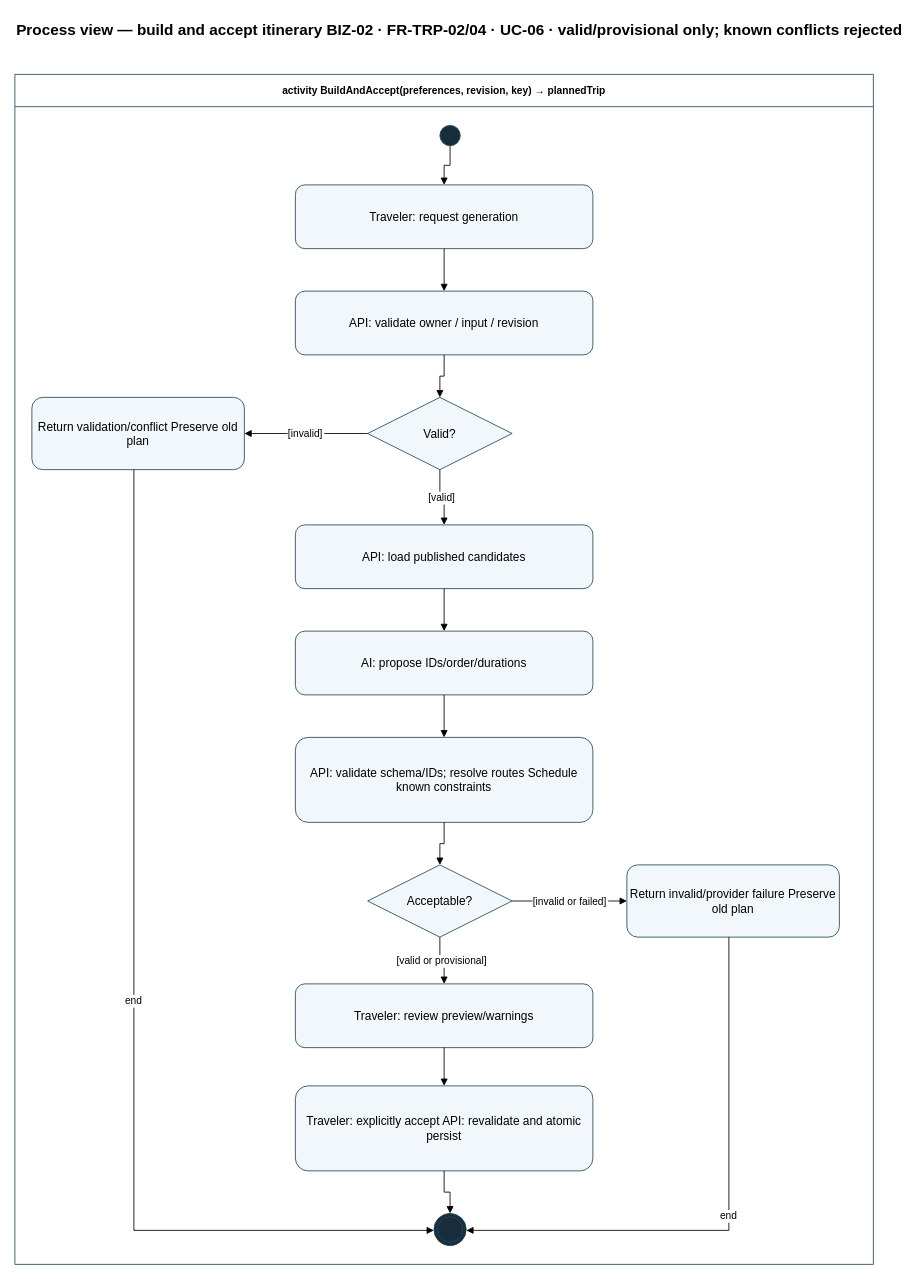
Above: docs/diagrams/process-view.drawio in lnt-h/fyp_dana (draw.io), before the change. Source tidied: cells renumbered, new cells numbered last; positions are measured from the earlier drawing's top-left corner, leaving out a move shared by most shapes. Both pictures are drawn from the tidied source at 85%, with x=0, y=0 at pixel (14, 14).
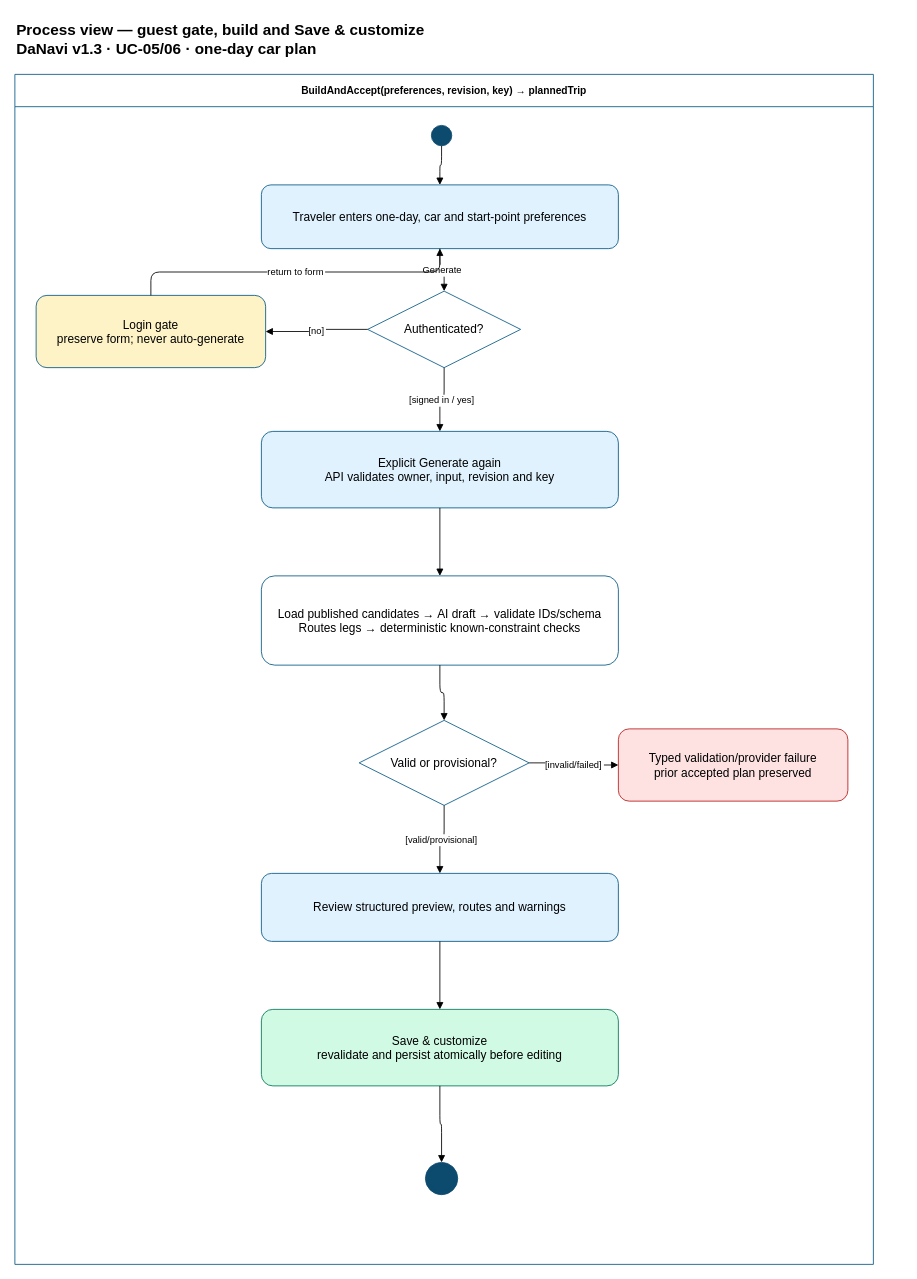
The same page after the edit.

The edit, as a diff of the source:
```diff
@@
-    <mxCell id="2" value="Process view — build and accept itinerary BIZ-02 · FR-TRP-02/04 · UC-06 · valid/provisional only; known conflicts rejected" style="text;html=0;align=left;fontSize=18;fontStyle=1;" parent="1" vertex="1">
+    <mxCell id="2" value="Process view — guest gate, build and Save &amp; customize&#10;DaNavi v1.3 · UC-05/06 · one-day car plan" style="text;html=0;align=left;fontSize=18;fontStyle=1;" parent="1" vertex="1">
       <mxGeometry width="1020" height="65" as="geometry" />
     </mxCell>
-    <mxCell id="3" value="activity BuildAndAccept(preferences, revision, key) → plannedTrip" style="html=0;whiteSpace=wrap;fontSize=14;strokeColor=#27485b;fillColor=#f1f7fa;swimlane;startSize=38;fillColor=#ffffff;" parent="1" vertex="1">
+    <mxCell id="3" value="BuildAndAccept(preferences, revision, key) → plannedTrip" style="html=0;whiteSpace=wrap;fontSize=14;strokeColor=#075985;fillColor=#ffffff;swimlane;startSize=38;" parent="1" vertex="1">
       <mxGeometry y="70" width="1010" height="1400" as="geometry" />
     </mxCell>
-    <mxCell id="4" style="html=0;whiteSpace=wrap;fontSize=14;strokeColor=#27485b;fillColor=#f1f7fa;ellipse;fillColor=#172d3c;" parent="1" vertex="1">
-      <mxGeometry x="500" y="130" width="24" height="24" as="geometry" />
+    <mxCell id="4" style="ellipse;html=0;fillColor=#0C4A6E;strokeColor=#0C4A6E;" parent="1" vertex="1">
+      <mxGeometry x="490" y="130" width="24" height="24" as="geometry" />
     </mxCell>
-    <mxCell id="5" value="Traveler: request generation" style="html=0;whiteSpace=wrap;fontSize=14;strokeColor=#27485b;fillColor=#f1f7fa;rounded=1;" parent="1" vertex="1">
-      <mxGeometry x="330" y="200" width="350" height="75" as="geometry" />
-    </mxCell>
-    <mxCell id="6" value="API: validate owner / input / revision" style="html=0;whiteSpace=wrap;fontSize=14;strokeColor=#27485b;fillColor=#f1f7fa;rounded=1;" parent="1" vertex="1">
-      <mxGeometry x="330" y="325" width="350" height="75" as="geometry" />
-    </mxCell>
-    <mxCell id="7" value="Valid?" style="html=0;whiteSpace=wrap;fontSize=14;strokeColor=#27485b;fillColor=#f1f7fa;rhombus;" parent="1" vertex="1">
-      <mxGeometry x="415" y="450" width="170" height="85" as="geometry" />
-    </mxCell>
-    <mxCell id="8" value="Return validation/conflict Preserve old plan" style="html=0;whiteSpace=wrap;fontSize=14;strokeColor=#27485b;fillColor=#f1f7fa;rounded=1;" parent="1" vertex="1">
-      <mxGeometry x="20" y="450" width="250" height="85" as="geometry" />
-    </mxCell>
-    <mxCell id="9" value="API: load published candidates" style="html=0;whiteSpace=wrap;fontSize=14;strokeColor=#27485b;fillColor=#f1f7fa;rounded=1;" parent="1" vertex="1">
-      <mxGeometry x="330" y="600" width="350" height="75" as="geometry" />
-    </mxCell>
-    <mxCell id="10" value="AI: propose IDs/order/durations" style="html=0;whiteSpace=wrap;fontSize=14;strokeColor=#27485b;fillColor=#f1f7fa;rounded=1;" parent="1" vertex="1">
-      <mxGeometry x="330" y="725" width="350" height="75" as="geometry" />
-    </mxCell>
-    <mxCell id="11" value="API: validate schema/IDs; resolve routes Schedule known constraints" style="html=0;whiteSpace=wrap;fontSize=14;strokeColor=#27485b;fillColor=#f1f7fa;rounded=1;" parent="1" vertex="1">
-      <mxGeometry x="330" y="850" width="350" height="100" as="geometry" />
-    </mxCell>
+    <mxCell id="31" value="Traveler enters one-day, car and start-point preferences" style="rounded=1;whiteSpace=wrap;html=0;fontSize=14;strokeColor=#075985;fillColor=#E0F2FE;" parent="1" vertex="1">
+      <mxGeometry x="290" y="200" width="420" height="75" as="geometry" />
+    </mxCell>
+    <mxCell id="32" value="Authenticated?" style="rhombus;whiteSpace=wrap;html=0;fontSize=14;strokeColor=#075985;fillColor=#ffffff;" parent="1" vertex="1">
+      <mxGeometry x="415" y="325" width="180" height="90" as="geometry" />
+    </mxCell>
+    <mxCell id="33" value="Login gate&#10;preserve form; never auto-generate" style="rounded=1;whiteSpace=wrap;html=0;fontSize=14;strokeColor=#075985;fillColor=#FEF3C7;" parent="1" vertex="1">
+      <mxGeometry x="25" y="330" width="270" height="85" as="geometry" />
+    </mxCell>
+    <mxCell id="34" value="Explicit Generate again&#10;API validates owner, input, revision and key" style="rounded=1;whiteSpace=wrap;html=0;fontSize=14;strokeColor=#075985;fillColor=#E0F2FE;" parent="1" vertex="1">
+      <mxGeometry x="290" y="490" width="420" height="90" as="geometry" />
+    </mxCell>
+    <mxCell id="35" value="Load published candidates → AI draft → validate IDs/schema&#10;Routes legs → deterministic known-constraint checks" style="rounded=1;whiteSpace=wrap;html=0;fontSize=14;strokeColor=#075985;fillColor=#ffffff;" parent="1" vertex="1">
+      <mxGeometry x="290" y="660" width="420" height="105" as="geometry" />
+    </mxCell>
-    <mxCell id="12" value="Acceptable?" style="html=0;whiteSpace=wrap;fontSize=14;strokeColor=#27485b;fillColor=#f1f7fa;rhombus;" parent="1" vertex="1">
-      <mxGeometry x="415" y="1000" width="170" height="85" as="geometry" />
+    <mxCell id="12" value="Valid or provisional?" style="rhombus;whiteSpace=wrap;html=0;fontSize=14;strokeColor=#075985;fillColor=#ffffff;" parent="1" vertex="1">
+      <mxGeometry x="405" y="830" width="200" height="100" as="geometry" />
     </mxCell>
-    <mxCell id="13" value="Return invalid/provider failure Preserve old plan" style="html=0;whiteSpace=wrap;fontSize=14;strokeColor=#27485b;fillColor=#f1f7fa;rounded=1;" parent="1" vertex="1">
-      <mxGeometry x="720" y="1000" width="250" height="85" as="geometry" />
-    </mxCell>
+    <mxCell id="36" value="Typed validation/provider failure&#10;prior accepted plan preserved" style="rounded=1;whiteSpace=wrap;html=0;fontSize=14;strokeColor=#B91C1C;fillColor=#FEE2E2;" parent="1" vertex="1">
+      <mxGeometry x="710" y="840" width="270" height="85" as="geometry" />
+    </mxCell>
-    <mxCell id="14" value="Traveler: review preview/warnings" style="html=0;whiteSpace=wrap;fontSize=14;strokeColor=#27485b;fillColor=#f1f7fa;rounded=1;" parent="1" vertex="1">
-      <mxGeometry x="330" y="1140" width="350" height="75" as="geometry" />
+    <mxCell id="14" value="Review structured preview, routes and warnings" style="rounded=1;whiteSpace=wrap;html=0;fontSize=14;strokeColor=#075985;fillColor=#E0F2FE;" parent="1" vertex="1">
+      <mxGeometry x="290" y="1010" width="420" height="80" as="geometry" />
     </mxCell>
-    <mxCell id="15" value="Traveler: explicitly accept API: revalidate and atomic persist" style="html=0;whiteSpace=wrap;fontSize=14;strokeColor=#27485b;fillColor=#f1f7fa;rounded=1;" parent="1" vertex="1">
-      <mxGeometry x="330" y="1260" width="350" height="100" as="geometry" />
+    <mxCell id="15" value="Save &amp; customize&#10;revalidate and persist atomically before editing" style="rounded=1;whiteSpace=wrap;html=0;fontSize=14;strokeColor=#047857;fillColor=#D1FAE5;" parent="1" vertex="1">
+      <mxGeometry x="290" y="1170" width="420" height="90" as="geometry" />
     </mxCell>
-    <mxCell id="16" style="html=0;whiteSpace=wrap;fontSize=14;strokeColor=#27485b;fillColor=#f1f7fa;shape=doubleEllipse;fillColor=#172d3c;" parent="1" vertex="1">
-      <mxGeometry x="493" y="1410" width="38" height="38" as="geometry" />
+    <mxCell id="16" style="shape=doubleEllipse;html=0;fillColor=#0C4A6E;strokeColor=#0C4A6E;" parent="1" vertex="1">
+      <mxGeometry x="483" y="1350" width="38" height="38" as="geometry" />
     </mxCell>
-    <mxCell id="17" style="edgeStyle=orthogonalEdgeStyle;rounded=0;html=0;fontSize=12;labelBackgroundColor=#ffffff;endArrow=block;endFill=1;" parent="1" edge="1" source="4" target="5">
-      <mxGeometry relative="1" as="geometry" />
-    </mxCell>
-    <mxCell id="18" style="edgeStyle=orthogonalEdgeStyle;rounded=0;html=0;fontSize=12;labelBackgroundColor=#ffffff;endArrow=block;endFill=1;" parent="1" edge="1" source="5" target="6">
+    <mxCell id="18" style="edgeStyle=orthogonalEdgeStyle;endArrow=block;html=0;" parent="1" edge="1" source="4" target="31">
       <mxGeometry relative="1" as="geometry" />
     </mxCell>
-    <mxCell id="19" style="edgeStyle=orthogonalEdgeStyle;rounded=0;html=0;fontSize=12;labelBackgroundColor=#ffffff;endArrow=block;endFill=1;" parent="1" edge="1" source="6" target="7">
+    <mxCell id="19" value="Generate" style="edgeStyle=orthogonalEdgeStyle;endArrow=block;html=0;" parent="1" edge="1" source="31" target="32">
       <mxGeometry relative="1" as="geometry" />
     </mxCell>
-    <mxCell id="20" value="[invalid]" style="edgeStyle=orthogonalEdgeStyle;rounded=0;html=0;fontSize=12;labelBackgroundColor=#ffffff;endArrow=block;endFill=1;" parent="1" edge="1" source="7" target="8">
+    <mxCell id="20" value="[no]" style="edgeStyle=orthogonalEdgeStyle;endArrow=block;html=0;" parent="1" edge="1" source="32" target="33">
       <mxGeometry relative="1" as="geometry" />
     </mxCell>
-    <mxCell id="21" value="[valid]" style="edgeStyle=orthogonalEdgeStyle;rounded=0;html=0;fontSize=12;labelBackgroundColor=#ffffff;endArrow=block;endFill=1;" parent="1" edge="1" source="7" target="9">
+    <mxCell id="21" value="[signed in / yes]" style="edgeStyle=orthogonalEdgeStyle;endArrow=block;html=0;" parent="1" edge="1" source="32" target="34">
       <mxGeometry relative="1" as="geometry" />
     </mxCell>
-    <mxCell id="22" style="edgeStyle=orthogonalEdgeStyle;rounded=0;html=0;fontSize=12;labelBackgroundColor=#ffffff;endArrow=block;endFill=1;" parent="1" edge="1" source="9" target="10">
+    <mxCell id="22" value="return to form" style="edgeStyle=orthogonalEdgeStyle;endArrow=block;html=0;" parent="1" edge="1" source="33" target="31">
       <mxGeometry relative="1" as="geometry" />
     </mxCell>
-    <mxCell id="23" style="edgeStyle=orthogonalEdgeStyle;rounded=0;html=0;fontSize=12;labelBackgroundColor=#ffffff;endArrow=block;endFill=1;" parent="1" edge="1" source="10" target="11">
+    <mxCell id="23" style="edgeStyle=orthogonalEdgeStyle;endArrow=block;html=0;" parent="1" edge="1" source="34" target="35">
       <mxGeometry relative="1" as="geometry" />
     </mxCell>
-    <mxCell id="24" style="edgeStyle=orthogonalEdgeStyle;rounded=0;html=0;fontSize=12;labelBackgroundColor=#ffffff;endArrow=block;endFill=1;" parent="1" edge="1" source="11" target="12">
+    <mxCell id="24" style="edgeStyle=orthogonalEdgeStyle;endArrow=block;html=0;" parent="1" edge="1" source="35" target="12">
       <mxGeometry relative="1" as="geometry" />
     </mxCell>
-    <mxCell id="25" value="[invalid or failed]" style="edgeStyle=orthogonalEdgeStyle;rounded=0;html=0;fontSize=12;labelBackgroundColor=#ffffff;endArrow=block;endFill=1;" parent="1" edge="1" source="12" target="13">
+    <mxCell id="25" value="[invalid/failed]" style="edgeStyle=orthogonalEdgeStyle;endArrow=block;html=0;" parent="1" edge="1" source="12" target="36">
       <mxGeometry relative="1" as="geometry" />
     </mxCell>
-    <mxCell id="26" value="[valid or provisional]" style="edgeStyle=orthogonalEdgeStyle;rounded=0;html=0;fontSize=12;labelBackgroundColor=#ffffff;endArrow=block;endFill=1;" parent="1" edge="1" source="12" target="14">
+    <mxCell id="26" value="[valid/provisional]" style="edgeStyle=orthogonalEdgeStyle;endArrow=block;html=0;" parent="1" edge="1" source="12" target="14">
       <mxGeometry relative="1" as="geometry" />
     </mxCell>
-    <mxCell id="27" style="edgeStyle=orthogonalEdgeStyle;rounded=0;html=0;fontSize=12;labelBackgroundColor=#ffffff;endArrow=block;endFill=1;" parent="1" edge="1" source="14" target="15">
+    <mxCell id="27" style="edgeStyle=orthogonalEdgeStyle;endArrow=block;html=0;" parent="1" edge="1" source="14" target="15">
       <mxGeometry relative="1" as="geometry" />
     </mxCell>
-    <mxCell id="28" style="edgeStyle=orthogonalEdgeStyle;rounded=0;html=0;fontSize=12;labelBackgroundColor=#ffffff;endArrow=block;endFill=1;" parent="1" edge="1" source="15" target="16">
+    <mxCell id="28" style="edgeStyle=orthogonalEdgeStyle;endArrow=block;html=0;" parent="1" edge="1" source="15" target="16">
       <mxGeometry relative="1" as="geometry" />
     </mxCell>
-    <mxCell id="29" value="end" style="edgeStyle=orthogonalEdgeStyle;rounded=0;html=0;fontSize=12;labelBackgroundColor=#ffffff;endArrow=block;endFill=1;" parent="1" edge="1" source="8" target="16">
-      <mxGeometry relative="1" as="geometry">
-        <Array as="points">
-          <mxPoint x="140" y="1430" />
-        </Array>
-      </mxGeometry>
-    </mxCell>
-    <mxCell id="30" value="end" style="edgeStyle=orthogonalEdgeStyle;rounded=0;html=0;fontSize=12;labelBackgroundColor=#ffffff;endArrow=block;endFill=1;" parent="1" edge="1" source="13" target="16">
-      <mxGeometry relative="1" as="geometry">
-        <Array as="points">
-          <mxPoint x="840" y="1430" />
-        </Array>
-      </mxGeometry>
-    </mxCell>
```
